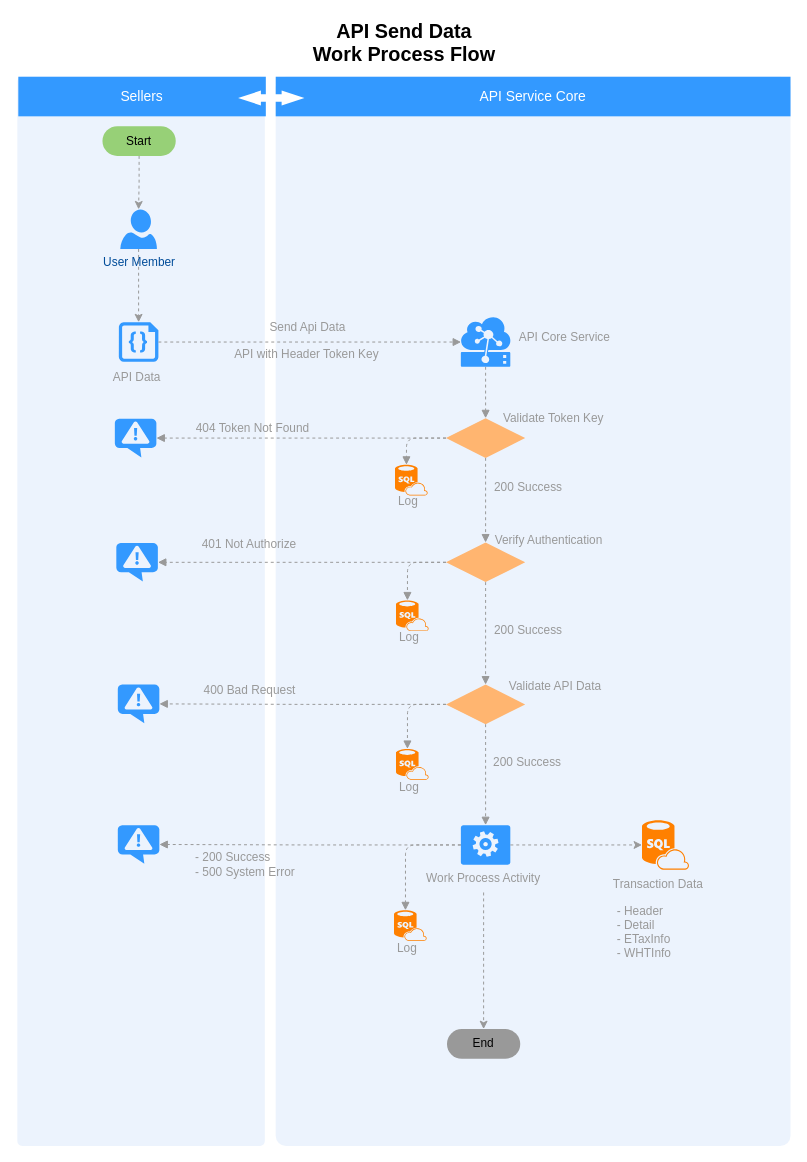
Above: API Send Workflow.drawio in nirawat/eTax (draw.io), before the change. Source tidied: cells renumbered, new cells numbered last; positions are measured from the earlier drawing's top-left corner, leaving out a move shared by most shapes. Both pictures are drawn from the tidied source at 99%, with x=0, y=0 at pixel (17, 17).
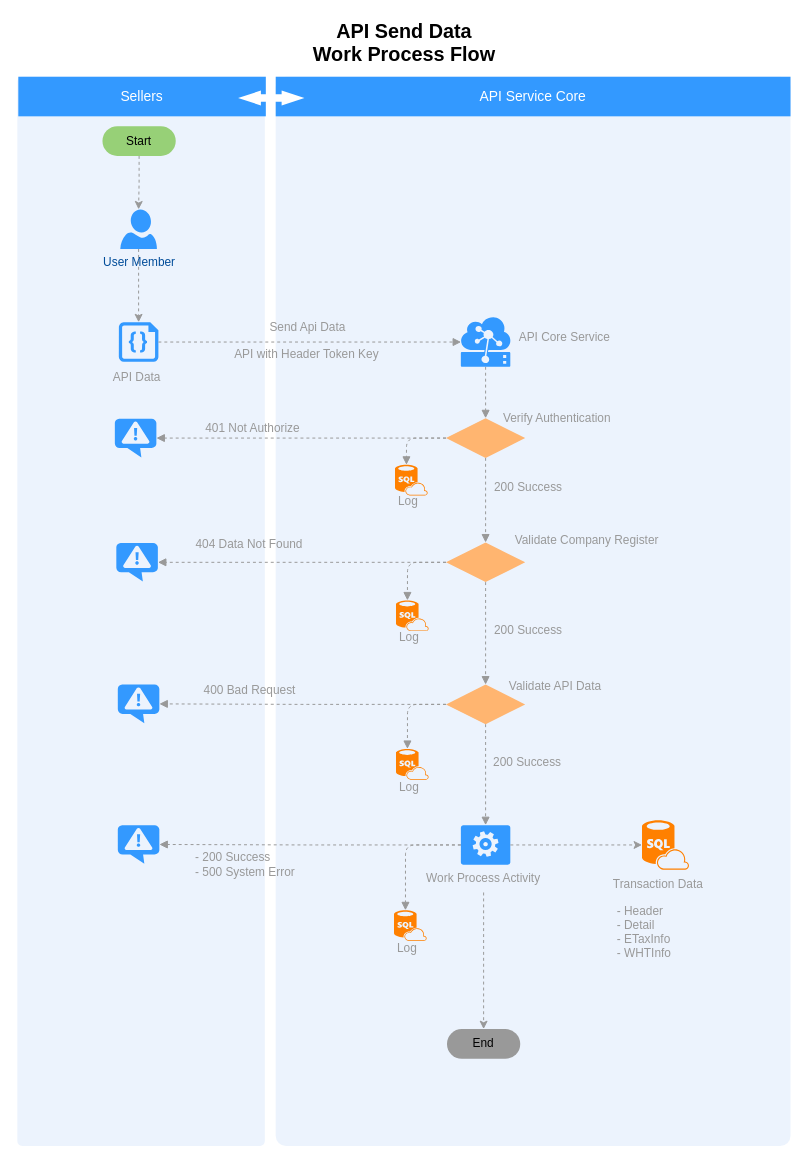
The same diagram, later.

What changed in the source:
```diff
@@
-    <mxCell id="21" value="401 Not Authorize" style="text;html=1;strokeColor=none;fillColor=none;align=center;verticalAlign=middle;whiteSpace=wrap;rounded=0;fontSize=12;fontColor=#999999;" parent="1" vertex="1">
+    <mxCell id="21" value="404 Data Not Found" style="text;html=1;strokeColor=none;fillColor=none;align=center;verticalAlign=middle;whiteSpace=wrap;rounded=0;fontSize=12;fontColor=#999999;" parent="1" vertex="1">
       <mxGeometry x="177" y="523" width="115" height="20" as="geometry" />
     </mxCell>
@@
-    <mxCell id="23" value="Verify Authentication" style="text;html=1;strokeColor=none;fillColor=none;align=center;verticalAlign=middle;whiteSpace=wrap;rounded=0;fontSize=12;fontColor=#999999;" parent="1" vertex="1">
-      <mxGeometry x="480" y="513" width="114" height="29" as="geometry" />
+    <mxCell id="23" value="Validate Company Register" style="text;html=1;strokeColor=none;fillColor=none;align=center;verticalAlign=middle;whiteSpace=wrap;rounded=0;fontSize=12;fontColor=#999999;" parent="1" vertex="1">
+      <mxGeometry x="480" y="513" width="191" height="29" as="geometry" />
     </mxCell>
@@
-    <mxCell id="52" value="Validate Token Key" style="text;html=1;strokeColor=none;fillColor=none;align=left;verticalAlign=middle;whiteSpace=wrap;rounded=0;fontSize=12;fontColor=#999999;" parent="1" vertex="1">
-      <mxGeometry x="489" y="395" width="110" height="20" as="geometry" />
+    <mxCell id="52" value="&lt;span&gt;Verify Authentication&lt;/span&gt;" style="text;html=1;strokeColor=none;fillColor=none;align=left;verticalAlign=middle;whiteSpace=wrap;rounded=0;fontSize=12;fontColor=#999999;" parent="1" vertex="1">
+      <mxGeometry x="489" y="395" width="132" height="20" as="geometry" />
     </mxCell>
@@
-    <mxCell id="54" value="404 Token Not Found" style="text;html=1;strokeColor=none;fillColor=none;align=center;verticalAlign=middle;whiteSpace=wrap;rounded=0;fontSize=12;fontColor=#999999;" parent="1" vertex="1">
+    <mxCell id="54" value="401 Not Authorize" style="text;html=1;strokeColor=none;fillColor=none;align=center;verticalAlign=middle;whiteSpace=wrap;rounded=0;fontSize=12;fontColor=#999999;" parent="1" vertex="1">
       <mxGeometry x="175" y="405" width="126" height="20" as="geometry" />
     </mxCell>
```
